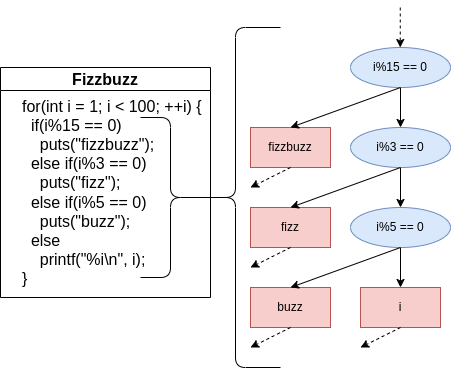
alpberkman/tum-cs-bsc-thesis keeps this draw.io diagram as figures/sym_trans.png. Above is the earlier version. Source tidied: cells renumbered, new cells last; positions are measured from the earlier drawing's top-left corner, leaving out a move shared by most shapes. Source of this version:
```xml
<mxGraphModel>
  <root>
    <mxCell id="0" />
    <mxCell id="1" parent="0" />
    <mxCell id="2" style="edgeStyle=orthogonalEdgeStyle;rounded=0;jettySize=auto;html=1;entryX=0.5;entryY=0;entryDx=0;entryDy=0;" parent="1" edge="1" source="3" target="9">
      <mxGeometry relative="1" as="geometry" />
    </mxCell>
    <mxCell id="3" value="i%15 == 0" style="ellipse;whiteSpace=wrap;html=1;fillColor=#dae8fc;strokeColor=#6c8ebf;" parent="1" vertex="1">
      <mxGeometry x="350" y="40" width="100" height="40" as="geometry" />
    </mxCell>
    <mxCell id="4" value="&lt;font style=&quot;font-size: 16px;&quot;&gt;for(int i = 1; i &amp;lt; 100; ++i) {&lt;br&gt;&amp;nbsp; if(i%15 == 0) &lt;br&gt;&amp;nbsp; &amp;nbsp; puts(&quot;fizzbuzz&quot;);&lt;br&gt;&amp;nbsp; else&amp;nbsp;if(i%3 == 0) &lt;br&gt;&amp;nbsp; &amp;nbsp; puts(&quot;fizz&quot;); &lt;br&gt;&amp;nbsp; else if(i%5 == 0) &lt;br&gt;&amp;nbsp; &amp;nbsp; puts(&quot;buzz&quot;);&amp;nbsp;&lt;br&gt;&amp;nbsp; else &lt;br&gt;&amp;nbsp; &amp;nbsp; printf(&quot;%i\n&quot;, i);&lt;br&gt;}&lt;/font&gt;" style="text;html=1;align=left;verticalAlign=middle;whiteSpace=wrap;rounded=0;" parent="1" vertex="1">
      <mxGeometry x="20" y="120" width="200" height="130" as="geometry" />
    </mxCell>
    <mxCell id="5" style="shape=curlyBracket;whiteSpace=wrap;html=1;rounded=1;labelPosition=left;verticalLabelPosition=middle;align=right;verticalAlign=middle;" parent="1" vertex="1">
      <mxGeometry x="190" y="20" width="90" height="340" as="geometry" />
    </mxCell>
    <mxCell id="6" style="shape=curlyBracket;whiteSpace=wrap;html=1;rounded=1;flipH=1;labelPosition=right;verticalLabelPosition=middle;align=left;verticalAlign=middle;" parent="1" vertex="1">
      <mxGeometry x="140" y="110" width="60" height="160" as="geometry" />
    </mxCell>
    <mxCell id="7" value="fizzbuzz" style="rounded=0;whiteSpace=wrap;html=1;fillColor=#f8cecc;strokeColor=#b85450;" parent="1" vertex="1">
      <mxGeometry x="250" y="120" width="80" height="40" as="geometry" />
    </mxCell>
    <mxCell id="8" style="edgeStyle=orthogonalEdgeStyle;rounded=0;jettySize=auto;html=1;entryX=0.5;entryY=0;entryDx=0;entryDy=0;" parent="1" edge="1" source="9" target="12">
      <mxGeometry relative="1" as="geometry" />
    </mxCell>
    <mxCell id="9" value="i%3 == 0" style="ellipse;whiteSpace=wrap;html=1;fillColor=#dae8fc;strokeColor=#6c8ebf;" parent="1" vertex="1">
      <mxGeometry x="350" y="120" width="100" height="40" as="geometry" />
    </mxCell>
    <mxCell id="10" value="fizz" style="rounded=0;whiteSpace=wrap;html=1;fillColor=#f8cecc;strokeColor=#b85450;" parent="1" vertex="1">
      <mxGeometry x="250" y="200" width="80" height="40" as="geometry" />
    </mxCell>
    <mxCell id="11" style="edgeStyle=orthogonalEdgeStyle;rounded=0;jettySize=auto;html=1;" parent="1" edge="1" source="12" target="14">
      <mxGeometry relative="1" as="geometry" />
    </mxCell>
    <mxCell id="12" value="i%5 == 0" style="ellipse;whiteSpace=wrap;html=1;fillColor=#dae8fc;strokeColor=#6c8ebf;" parent="1" vertex="1">
      <mxGeometry x="350" y="200" width="100" height="40" as="geometry" />
    </mxCell>
    <mxCell id="13" value="buzz" style="rounded=0;whiteSpace=wrap;html=1;fillColor=#f8cecc;strokeColor=#b85450;" parent="1" vertex="1">
      <mxGeometry x="250" y="280" width="80" height="40" as="geometry" />
    </mxCell>
    <mxCell id="14" value="i" style="rounded=0;whiteSpace=wrap;html=1;fillColor=#f8cecc;strokeColor=#b85450;" parent="1" vertex="1">
      <mxGeometry x="360" y="280" width="80" height="40" as="geometry" />
    </mxCell>
    <mxCell id="15" style="endArrow=classic;html=1;rounded=0;exitX=0.5;exitY=1;exitDx=0;exitDy=0;entryX=0.5;entryY=0;entryDx=0;entryDy=0;" parent="1" edge="1" source="3" target="7">
      <mxGeometry relative="1" as="geometry" />
    </mxCell>
    <mxCell id="16" style="endArrow=classic;html=1;rounded=0;exitX=0.5;exitY=1;exitDx=0;exitDy=0;entryX=0.5;entryY=0;entryDx=0;entryDy=0;" parent="1" edge="1">
      <mxGeometry relative="1" as="geometry">
        <mxPoint x="400" y="160" as="sourcePoint" />
        <mxPoint x="290" y="200" as="targetPoint" />
      </mxGeometry>
    </mxCell>
    <mxCell id="17" style="endArrow=classic;html=1;rounded=0;exitX=0.5;exitY=1;exitDx=0;exitDy=0;entryX=0.5;entryY=0;entryDx=0;entryDy=0;" parent="1" edge="1">
      <mxGeometry relative="1" as="geometry">
        <mxPoint x="400" y="240" as="sourcePoint" />
        <mxPoint x="290" y="280" as="targetPoint" />
      </mxGeometry>
    </mxCell>
    <mxCell id="18" style="endArrow=classic;html=1;rounded=0;dashed=1;" parent="1" edge="1">
      <mxGeometry relative="1" as="geometry">
        <mxPoint x="399.8" as="sourcePoint" />
        <mxPoint x="399.8" y="40" as="targetPoint" />
      </mxGeometry>
    </mxCell>
    <mxCell id="19" style="endArrow=classic;html=1;rounded=0;dashed=1;" parent="1" edge="1">
      <mxGeometry relative="1" as="geometry">
        <mxPoint x="400" y="320" as="sourcePoint" />
        <mxPoint x="360" y="340" as="targetPoint" />
      </mxGeometry>
    </mxCell>
    <mxCell id="20" style="endArrow=classic;html=1;rounded=0;dashed=1;" parent="1" edge="1">
      <mxGeometry relative="1" as="geometry">
        <mxPoint x="290" y="240" as="sourcePoint" />
        <mxPoint x="250" y="260" as="targetPoint" />
      </mxGeometry>
    </mxCell>
    <mxCell id="21" style="endArrow=classic;html=1;rounded=0;dashed=1;" parent="1" edge="1">
      <mxGeometry relative="1" as="geometry">
        <mxPoint x="290" y="160" as="sourcePoint" />
        <mxPoint x="250" y="180" as="targetPoint" />
      </mxGeometry>
    </mxCell>
    <mxCell id="22" style="endArrow=classic;html=1;rounded=0;dashed=1;" parent="1" edge="1">
      <mxGeometry relative="1" as="geometry">
        <mxPoint x="290" y="320" as="sourcePoint" />
        <mxPoint x="250" y="340" as="targetPoint" />
      </mxGeometry>
    </mxCell>
    <mxCell id="23" value="&lt;font style=&quot;font-size: 16px;&quot;&gt;Fizzbuzz&lt;/font&gt;" style="swimlane;whiteSpace=wrap;html=1;" parent="1" vertex="1">
      <mxGeometry y="60" width="210" height="230" as="geometry" />
    </mxCell>
  </root>
</mxGraphModel>
```
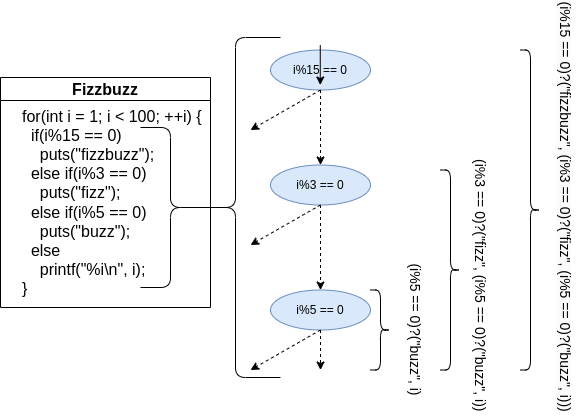
After the commit.

Change to the diagram source:
```diff
@@ -2,11 +2,11 @@
   <root>
     <mxCell id="0" />
     <mxCell id="1" parent="0" />
-    <mxCell id="2" style="edgeStyle=orthogonalEdgeStyle;rounded=0;jettySize=auto;html=1;entryX=0.5;entryY=0;entryDx=0;entryDy=0;" parent="1" edge="1" source="3" target="9">
+    <mxCell id="2" style="edgeStyle=orthogonalEdgeStyle;rounded=0;jettySize=auto;html=1;entryX=0.5;entryY=0;entryDx=0;entryDy=0;dashed=1;" parent="1" edge="1" source="3" target="9">
       <mxGeometry relative="1" as="geometry" />
     </mxCell>
     <mxCell id="3" value="i%15 == 0" style="ellipse;whiteSpace=wrap;html=1;fillColor=#dae8fc;strokeColor=#6c8ebf;" parent="1" vertex="1">
-      <mxGeometry x="350" y="40" width="100" height="40" as="geometry" />
+      <mxGeometry x="270" y="32.5" width="100" height="40" as="geometry" />
     </mxCell>
     <mxCell id="4" value="&lt;font style=&quot;font-size: 16px;&quot;&gt;for(int i = 1; i &amp;lt; 100; ++i) {&lt;br&gt;&amp;nbsp; if(i%15 == 0) &lt;br&gt;&amp;nbsp; &amp;nbsp; puts(&quot;fizzbuzz&quot;);&lt;br&gt;&amp;nbsp; else&amp;nbsp;if(i%3 == 0) &lt;br&gt;&amp;nbsp; &amp;nbsp; puts(&quot;fizz&quot;); &lt;br&gt;&amp;nbsp; else if(i%5 == 0) &lt;br&gt;&amp;nbsp; &amp;nbsp; puts(&quot;buzz&quot;);&amp;nbsp;&lt;br&gt;&amp;nbsp; else &lt;br&gt;&amp;nbsp; &amp;nbsp; printf(&quot;%i\n&quot;, i);&lt;br&gt;}&lt;/font&gt;" style="text;html=1;align=left;verticalAlign=middle;whiteSpace=wrap;rounded=0;" parent="1" vertex="1">
       <mxGeometry x="20" y="120" width="200" height="130" as="geometry" />
@@ -17,77 +17,63 @@
     <mxCell id="6" style="shape=curlyBracket;whiteSpace=wrap;html=1;rounded=1;flipH=1;labelPosition=right;verticalLabelPosition=middle;align=left;verticalAlign=middle;" parent="1" vertex="1">
       <mxGeometry x="140" y="110" width="60" height="160" as="geometry" />
     </mxCell>
-    <mxCell id="7" value="fizzbuzz" style="rounded=0;whiteSpace=wrap;html=1;fillColor=#f8cecc;strokeColor=#b85450;" parent="1" vertex="1">
-      <mxGeometry x="250" y="120" width="80" height="40" as="geometry" />
-    </mxCell>
-    <mxCell id="8" style="edgeStyle=orthogonalEdgeStyle;rounded=0;jettySize=auto;html=1;entryX=0.5;entryY=0;entryDx=0;entryDy=0;" parent="1" edge="1" source="9" target="12">
+    <mxCell id="8" style="edgeStyle=orthogonalEdgeStyle;rounded=0;jettySize=auto;html=1;entryX=0.5;entryY=0;entryDx=0;entryDy=0;dashed=1;" parent="1" edge="1" source="9" target="12">
       <mxGeometry relative="1" as="geometry" />
     </mxCell>
     <mxCell id="9" value="i%3 == 0" style="ellipse;whiteSpace=wrap;html=1;fillColor=#dae8fc;strokeColor=#6c8ebf;" parent="1" vertex="1">
-      <mxGeometry x="350" y="120" width="100" height="40" as="geometry" />
+      <mxGeometry x="270" y="147.5" width="100" height="40" as="geometry" />
     </mxCell>
-    <mxCell id="10" value="fizz" style="rounded=0;whiteSpace=wrap;html=1;fillColor=#f8cecc;strokeColor=#b85450;" parent="1" vertex="1">
-      <mxGeometry x="250" y="200" width="80" height="40" as="geometry" />
-    </mxCell>
-    <mxCell id="11" style="edgeStyle=orthogonalEdgeStyle;rounded=0;jettySize=auto;html=1;" parent="1" edge="1" source="12" target="14">
-      <mxGeometry relative="1" as="geometry" />
+    <mxCell id="11" style="edgeStyle=orthogonalEdgeStyle;rounded=0;jettySize=auto;html=1;dashed=1;" parent="1" edge="1" source="12">
+      <mxGeometry relative="1" as="geometry">
+        <mxPoint x="320" y="352.5" as="targetPoint" />
+      </mxGeometry>
     </mxCell>
     <mxCell id="12" value="i%5 == 0" style="ellipse;whiteSpace=wrap;html=1;fillColor=#dae8fc;strokeColor=#6c8ebf;" parent="1" vertex="1">
-      <mxGeometry x="350" y="200" width="100" height="40" as="geometry" />
+      <mxGeometry x="270" y="272.5" width="100" height="40" as="geometry" />
     </mxCell>
-    <mxCell id="13" value="buzz" style="rounded=0;whiteSpace=wrap;html=1;fillColor=#f8cecc;strokeColor=#b85450;" parent="1" vertex="1">
-      <mxGeometry x="250" y="280" width="80" height="40" as="geometry" />
-    </mxCell>
-    <mxCell id="14" value="i" style="rounded=0;whiteSpace=wrap;html=1;fillColor=#f8cecc;strokeColor=#b85450;" parent="1" vertex="1">
-      <mxGeometry x="360" y="280" width="80" height="40" as="geometry" />
-    </mxCell>
-    <mxCell id="15" style="endArrow=classic;html=1;rounded=0;exitX=0.5;exitY=1;exitDx=0;exitDy=0;entryX=0.5;entryY=0;entryDx=0;entryDy=0;" parent="1" edge="1" source="3" target="7">
-      <mxGeometry relative="1" as="geometry" />
+    <mxCell id="15" style="endArrow=classic;html=1;rounded=0;exitX=0.5;exitY=1;exitDx=0;exitDy=0;dashed=1;" parent="1" edge="1" source="3">
+      <mxGeometry relative="1" as="geometry">
+        <mxPoint x="250" y="112.5" as="targetPoint" />
+      </mxGeometry>
     </mxCell>
-    <mxCell id="16" style="endArrow=classic;html=1;rounded=0;exitX=0.5;exitY=1;exitDx=0;exitDy=0;entryX=0.5;entryY=0;entryDx=0;entryDy=0;" parent="1" edge="1">
+    <mxCell id="16" style="endArrow=classic;html=1;rounded=0;exitX=0.5;exitY=1;exitDx=0;exitDy=0;dashed=1;" parent="1" edge="1">
       <mxGeometry relative="1" as="geometry">
-        <mxPoint x="400" y="160" as="sourcePoint" />
-        <mxPoint x="290" y="200" as="targetPoint" />
+        <mxPoint x="320" y="187.5" as="sourcePoint" />
+        <mxPoint x="250" y="227.5" as="targetPoint" />
       </mxGeometry>
     </mxCell>
-    <mxCell id="17" style="endArrow=classic;html=1;rounded=0;exitX=0.5;exitY=1;exitDx=0;exitDy=0;entryX=0.5;entryY=0;entryDx=0;entryDy=0;" parent="1" edge="1">
+    <mxCell id="17" style="endArrow=classic;html=1;rounded=0;exitX=0.5;exitY=1;exitDx=0;exitDy=0;dashed=1;" parent="1" edge="1">
       <mxGeometry relative="1" as="geometry">
-        <mxPoint x="400" y="240" as="sourcePoint" />
-        <mxPoint x="290" y="280" as="targetPoint" />
+        <mxPoint x="320" y="312.5" as="sourcePoint" />
+        <mxPoint x="250" y="352.5" as="targetPoint" />
       </mxGeometry>
     </mxCell>
-    <mxCell id="18" style="endArrow=classic;html=1;rounded=0;dashed=1;" parent="1" edge="1">
+    <mxCell id="18" style="endArrow=classic;html=1;rounded=0;" parent="1" edge="1">
       <mxGeometry relative="1" as="geometry">
-        <mxPoint x="399.8" as="sourcePoint" />
-        <mxPoint x="399.8" y="40" as="targetPoint" />
+        <mxPoint x="319.8" y="27.5" as="sourcePoint" />
+        <mxPoint x="319.8" y="67.5" as="targetPoint" />
       </mxGeometry>
     </mxCell>
-    <mxCell id="19" style="endArrow=classic;html=1;rounded=0;dashed=1;" parent="1" edge="1">
-      <mxGeometry relative="1" as="geometry">
-        <mxPoint x="400" y="320" as="sourcePoint" />
-        <mxPoint x="360" y="340" as="targetPoint" />
-      </mxGeometry>
-    </mxCell>
-    <mxCell id="20" style="endArrow=classic;html=1;rounded=0;dashed=1;" parent="1" edge="1">
-      <mxGeometry relative="1" as="geometry">
-        <mxPoint x="290" y="240" as="sourcePoint" />
-        <mxPoint x="250" y="260" as="targetPoint" />
-      </mxGeometry>
-    </mxCell>
-    <mxCell id="21" style="endArrow=classic;html=1;rounded=0;dashed=1;" parent="1" edge="1">
-      <mxGeometry relative="1" as="geometry">
-        <mxPoint x="290" y="160" as="sourcePoint" />
-        <mxPoint x="250" y="180" as="targetPoint" />
-      </mxGeometry>
-    </mxCell>
-    <mxCell id="22" style="endArrow=classic;html=1;rounded=0;dashed=1;" parent="1" edge="1">
-      <mxGeometry relative="1" as="geometry">
-        <mxPoint x="290" y="320" as="sourcePoint" />
-        <mxPoint x="250" y="340" as="targetPoint" />
-      </mxGeometry>
-    </mxCell>
     <mxCell id="23" value="&lt;font style=&quot;font-size: 16px;&quot;&gt;Fizzbuzz&lt;/font&gt;" style="swimlane;whiteSpace=wrap;html=1;" parent="1" vertex="1">
       <mxGeometry y="60" width="210" height="230" as="geometry" />
     </mxCell>
+    <mxCell id="24" value="&lt;font style=&quot;font-size: 14px;&quot;&gt;(i%5 == 0)?(&quot;buzz&quot;, i)&lt;/font&gt;" style="text;html=1;align=center;verticalAlign=middle;whiteSpace=wrap;rounded=0;rotation=90;" parent="1" vertex="1">
+      <mxGeometry x="345" y="297.5" width="140" height="30" as="geometry" />
+    </mxCell>
+    <mxCell id="25" value="&lt;font style=&quot;font-size: 14px;&quot;&gt;(i%3 == 0)?(&quot;fizz&quot;, (i%5 == 0)?(&quot;buzz&quot;, i))&lt;/font&gt;" style="text;whiteSpace=wrap;html=1;rotation=90;" parent="1" vertex="1">
+      <mxGeometry x="345" y="250" width="260" height="40" as="geometry" />
+    </mxCell>
+    <mxCell id="26" value="&lt;span style=&quot;color: rgb(0, 0, 0); font-family: Helvetica; font-style: normal; font-variant-ligatures: normal; font-variant-caps: normal; font-weight: 400; letter-spacing: normal; orphans: 2; text-align: center; text-indent: 0px; text-transform: none; widows: 2; word-spacing: 0px; -webkit-text-stroke-width: 0px; background-color: rgb(251, 251, 251); text-decoration-thickness: initial; text-decoration-style: initial; text-decoration-color: initial; float: none; display: inline !important;&quot;&gt;&lt;font style=&quot;font-size: 14px;&quot;&gt;(i%15 == 0)?(&quot;fizzbuzz&quot;, (i%3 == 0)?(&quot;fizz&quot;, (i%5 == 0)?(&quot;buzz&quot;, i)))&lt;/font&gt;&lt;/span&gt;" style="text;whiteSpace=wrap;html=1;rotation=90;" parent="1" vertex="1">
+      <mxGeometry x="350" y="172.5" width="420" height="40" as="geometry" />
+    </mxCell>
+    <mxCell id="27" style="shape=curlyBracket;whiteSpace=wrap;html=1;rounded=1;flipH=1;labelPosition=right;verticalLabelPosition=middle;align=left;verticalAlign=middle;" parent="1" vertex="1">
+      <mxGeometry x="370" y="272.5" width="20" height="80" as="geometry" />
+    </mxCell>
+    <mxCell id="28" style="shape=curlyBracket;whiteSpace=wrap;html=1;rounded=1;flipH=1;labelPosition=right;verticalLabelPosition=middle;align=left;verticalAlign=middle;" parent="1" vertex="1">
+      <mxGeometry x="440" y="152.5" width="20" height="200" as="geometry" />
+    </mxCell>
+    <mxCell id="29" style="shape=curlyBracket;whiteSpace=wrap;html=1;rounded=1;flipH=1;labelPosition=right;verticalLabelPosition=middle;align=left;verticalAlign=middle;size=0.5;" parent="1" vertex="1">
+      <mxGeometry x="520" y="32.5" width="20" height="320" as="geometry" />
+    </mxCell>
   </root>
 </mxGraphModel>
```
